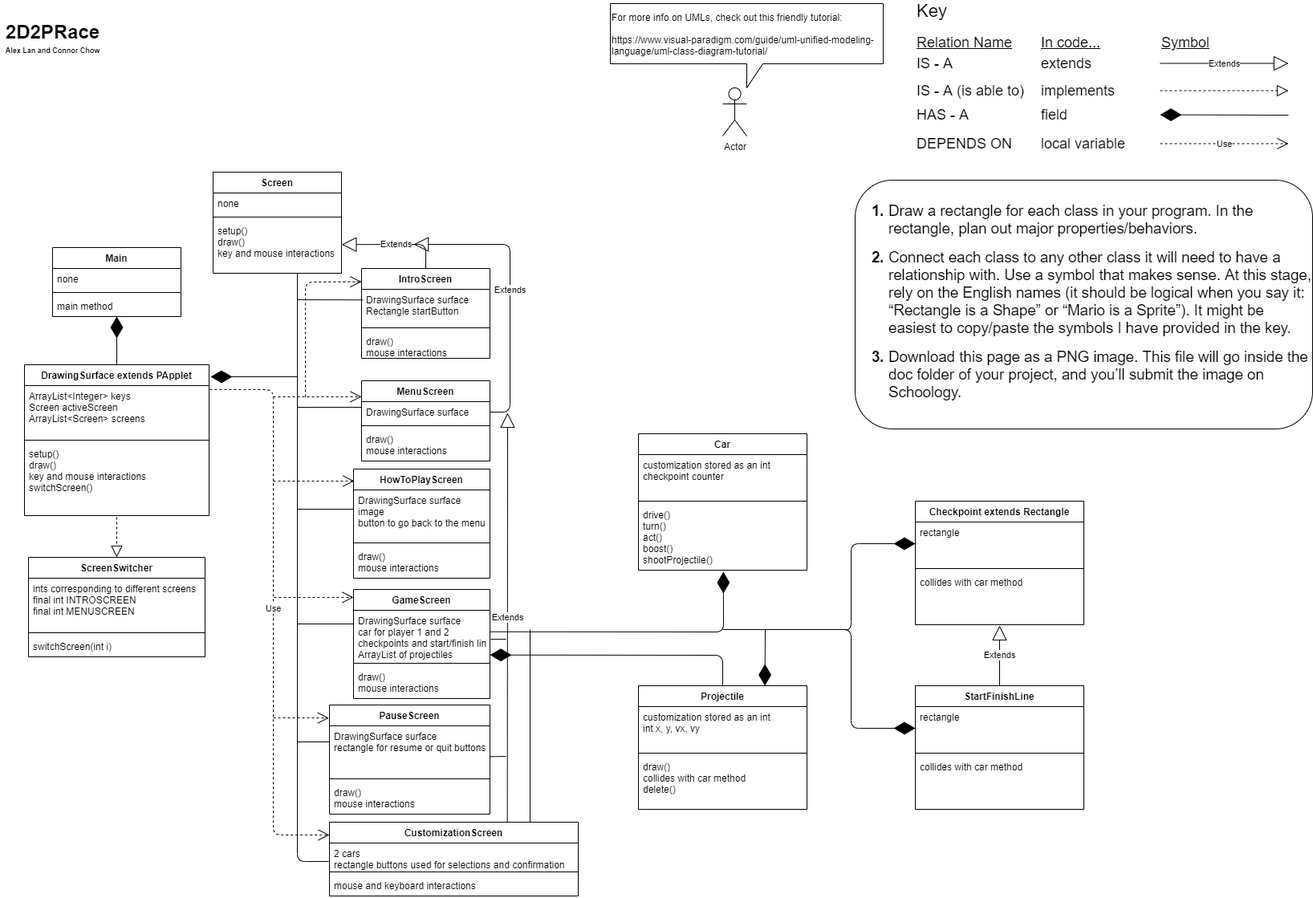
Above: 2D2PRace/doc/2D2PRace - Final Project UML.png in HHSAPCompSci2020/capstone-project-yes (draw.io), before the change. Source tidied: cells renumbered, new cells last; positions are measured from the earlier drawing's top-left corner, leaving out a move shared by most shapes.
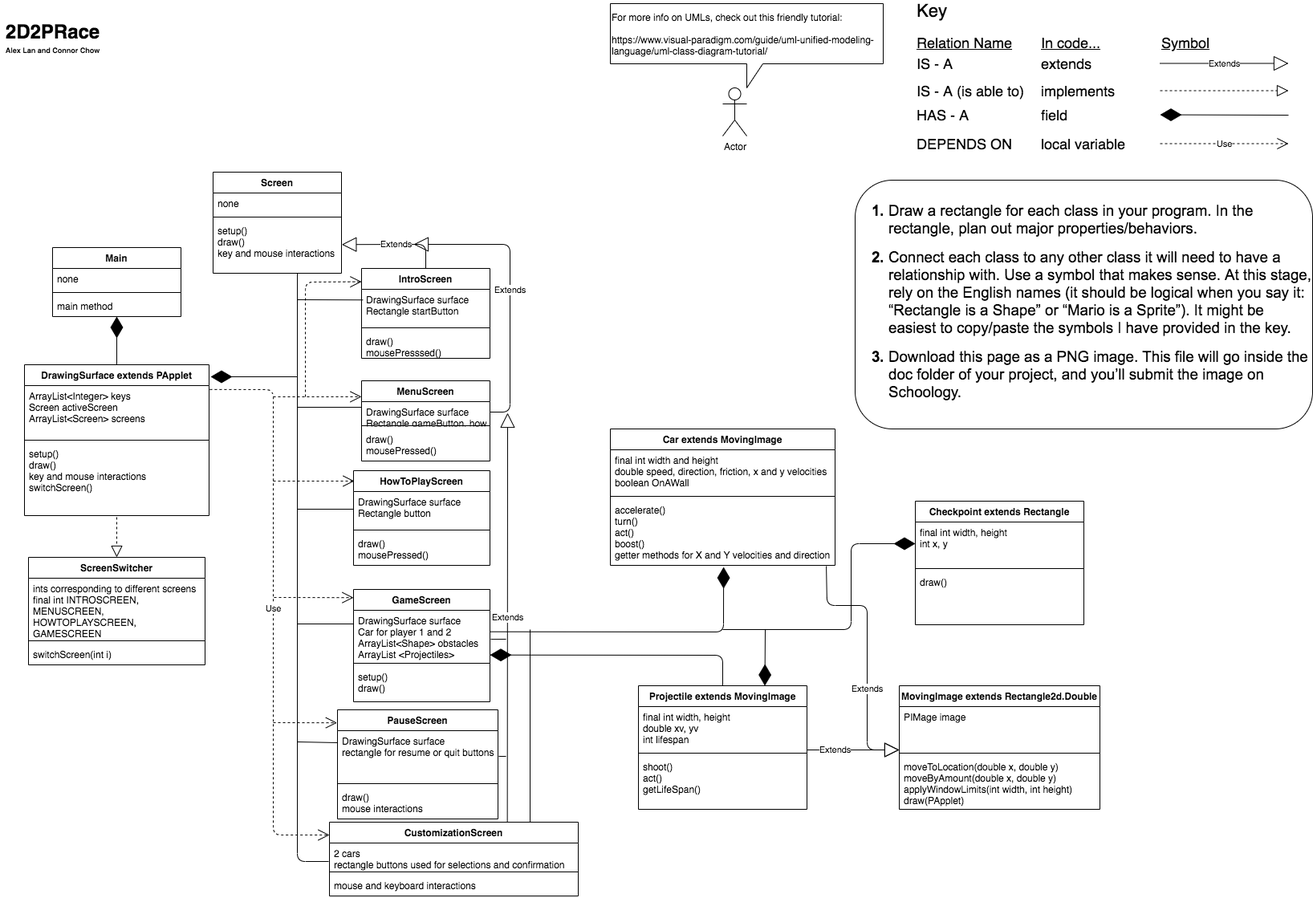
Above is the later version.

What changed in the source:
```diff
@@ -110,12 +110,12 @@
     <mxCell id="33" value="ScreenSwitcher" style="swimlane;fontStyle=1;align=center;verticalAlign=top;horizontal=1;startSize=26;" parent="1" vertex="1">
-      <mxGeometry x="35" y="691" width="220" height="124" as="geometry" />
+      <mxGeometry x="35" y="691" width="220" height="134" as="geometry" />
     </mxCell>
-    <mxCell id="34" value="ints corresponding to different screens&#10;final int INTROSCREEN&#10;final int MENUSCREEN" style="text;strokeColor=none;fillColor=none;align=left;verticalAlign=top;spacingLeft=4;spacingRight=4;overflow=hidden;" parent="33" vertex="1">
-      <mxGeometry y="26" width="220" height="64" as="geometry" />
+    <mxCell id="34" value="ints corresponding to different screens&#10;final int INTROSCREEN, &#10;MENUSCREEN, &#10;HOWTOPLAYSCREEN, &#10;GAMESCREEN" style="text;strokeColor=none;fillColor=none;align=left;verticalAlign=top;spacingLeft=4;spacingRight=4;overflow=hidden;" parent="33" vertex="1">
+      <mxGeometry y="26" width="220" height="74" as="geometry" />
     </mxCell>
     <mxCell id="35" style="line;strokeWidth=1;fillColor=none;align=left;verticalAlign=middle;spacingTop=-1;spacingLeft=3;spacingRight=3;labelPosition=right;" parent="33" vertex="1">
-      <mxGeometry y="90" width="220" height="8" as="geometry" />
+      <mxGeometry y="100" width="220" height="8" as="geometry" />
     </mxCell>
     <mxCell id="36" value="switchScreen(int i)" style="text;strokeColor=none;fillColor=none;align=left;verticalAlign=top;spacingLeft=4;spacingRight=4;overflow=hidden;" parent="33" vertex="1">
-      <mxGeometry y="98" width="220" height="26" as="geometry" />
+      <mxGeometry y="108" width="220" height="26" as="geometry" />
     </mxCell>
@@ -151,3 +151,3 @@
     </mxCell>
-    <mxCell id="45" value="draw()&#10;mouse interactions&#10;" style="text;strokeColor=none;fillColor=none;align=left;verticalAlign=top;spacingLeft=4;spacingRight=4;overflow=hidden;" parent="42" vertex="1">
+    <mxCell id="45" value="draw()&#10;mousePresssed()&#10;" style="text;strokeColor=none;fillColor=none;align=left;verticalAlign=top;spacingLeft=4;spacingRight=4;overflow=hidden;" parent="42" vertex="1">
       <mxGeometry y="78" width="160" height="34" as="geometry" />
@@ -157,3 +157,3 @@
     </mxCell>
-    <mxCell id="47" value="DrawingSurface surface" style="text;strokeColor=none;fillColor=none;align=left;verticalAlign=top;spacingLeft=4;spacingRight=4;overflow=hidden;points=[[0,0.5],[1,0.5]];portConstraint=eastwest;" parent="46" vertex="1">
+    <mxCell id="47" value="DrawingSurface surface&#10;Rectangle gameButton, howToPlaButton" style="text;strokeColor=none;fillColor=none;align=left;verticalAlign=top;spacingLeft=4;spacingRight=4;overflow=hidden;points=[[0,0.5],[1,0.5]];portConstraint=eastwest;" parent="46" vertex="1">
       <mxGeometry y="26" width="160" height="26" as="geometry" />
@@ -163,3 +163,3 @@
     </mxCell>
-    <mxCell id="49" value="draw()&#10;mouse interactions" style="text;strokeColor=none;fillColor=none;align=left;verticalAlign=top;spacingLeft=4;spacingRight=4;overflow=hidden;" parent="46" vertex="1">
+    <mxCell id="49" value="draw()&#10;mousePressed()" style="text;strokeColor=none;fillColor=none;align=left;verticalAlign=top;spacingLeft=4;spacingRight=4;overflow=hidden;" parent="46" vertex="1">
       <mxGeometry y="60" width="160" height="40" as="geometry" />
@@ -205,5 +205,5 @@
     <mxCell id="58" value="GameScreen" style="swimlane;fontStyle=1;align=center;verticalAlign=top;horizontal=1;startSize=26;" parent="1" vertex="1">
-      <mxGeometry x="440" y="731" width="170" height="136" as="geometry" />
+      <mxGeometry x="440" y="731" width="170" height="140" as="geometry" />
     </mxCell>
-    <mxCell id="59" value="DrawingSurface surface&#10;car for player 1 and 2&#10;checkpoints and start/finish line&#10;ArrayList of projectiles" style="text;strokeColor=none;fillColor=none;align=left;verticalAlign=top;spacingLeft=4;spacingRight=4;overflow=hidden;points=[[0,0.5],[1,0.5]];portConstraint=eastwest;" parent="58" vertex="1">
+    <mxCell id="59" value="DrawingSurface surface&#10;Car for player 1 and 2&#10;ArrayList&lt;Shape&gt; obstacles&#10;ArrayList &lt;Projectiles&gt;" style="text;strokeColor=none;fillColor=none;align=left;verticalAlign=top;spacingLeft=4;spacingRight=4;overflow=hidden;points=[[0,0.5],[1,0.5]];portConstraint=eastwest;" parent="58" vertex="1">
       <mxGeometry y="26" width="170" height="62" as="geometry" />
@@ -213,7 +213,7 @@
     </mxCell>
-    <mxCell id="61" value="draw()&#10;mouse interactions" style="text;strokeColor=none;fillColor=none;align=left;verticalAlign=top;spacingLeft=4;spacingRight=4;overflow=hidden;" parent="58" vertex="1">
-      <mxGeometry y="96" width="170" height="40" as="geometry" />
+    <mxCell id="61" value="setup()&#10;draw()" style="text;strokeColor=none;fillColor=none;align=left;verticalAlign=top;spacingLeft=4;spacingRight=4;overflow=hidden;" parent="58" vertex="1">
+      <mxGeometry y="96" width="170" height="44" as="geometry" />
     </mxCell>
     <mxCell id="62" value="PauseScreen" style="swimlane;fontStyle=1;align=center;verticalAlign=top;horizontal=1;startSize=26;" parent="1" vertex="1">
-      <mxGeometry x="410" y="875" width="200" height="136" as="geometry" />
+      <mxGeometry x="420" y="881" width="200" height="136" as="geometry" />
     </mxCell>
@@ -228,4 +228,5 @@
     </mxCell>
-    <mxCell id="66" style="endArrow=none;html=1;exitX=1.003;exitY=0.618;exitDx=0;exitDy=0;exitPerimeter=0;" parent="1" edge="1" source="63">
+    <mxCell id="66" style="endArrow=none;html=1;" parent="1" edge="1">
       <mxGeometry relative="1" as="geometry">
+        <mxPoint x="621" y="939" as="sourcePoint" />
         <mxPoint x="630" y="939" as="targetPoint" />
@@ -238,13 +239,13 @@
     </mxCell>
-    <mxCell id="68" value="Car" style="swimlane;fontStyle=1;align=center;verticalAlign=top;horizontal=1;startSize=26;" parent="1" vertex="1">
-      <mxGeometry x="795" y="537" width="210" height="170" as="geometry" />
+    <mxCell id="68" value="Car extends MovingImage" style="swimlane;fontStyle=1;align=center;verticalAlign=top;horizontal=1;startSize=26;" parent="1" vertex="1">
+      <mxGeometry x="760" y="531" width="280" height="170" as="geometry" />
     </mxCell>
-    <mxCell id="69" value="customization stored as an int&#10;checkpoint counter" style="text;strokeColor=none;fillColor=none;align=left;verticalAlign=top;spacingLeft=4;spacingRight=4;overflow=hidden;" parent="68" vertex="1">
-      <mxGeometry y="26" width="210" height="54" as="geometry" />
+    <mxCell id="69" value="final int width and height&#10;double speed, direction, friction, x and y velocities&#10;boolean OnAWall" style="text;strokeColor=none;fillColor=none;align=left;verticalAlign=top;spacingLeft=4;spacingRight=4;overflow=hidden;" parent="68" vertex="1">
+      <mxGeometry y="26" width="280" height="54" as="geometry" />
     </mxCell>
     <mxCell id="70" style="line;strokeWidth=1;fillColor=none;align=left;verticalAlign=middle;spacingTop=-1;spacingLeft=3;spacingRight=3;labelPosition=right;" parent="68" vertex="1">
-      <mxGeometry y="80" width="210" height="8" as="geometry" />
+      <mxGeometry y="80" width="280" height="8" as="geometry" />
     </mxCell>
-    <mxCell id="71" value="drive()&#10;turn()&#10;act()&#10;boost()&#10;shootProjectile()" style="text;strokeColor=none;fillColor=none;align=left;verticalAlign=top;spacingLeft=4;spacingRight=4;overflow=hidden;points=[[0,0.5],[1,0.5]];portConstraint=eastwest;" parent="68" vertex="1">
-      <mxGeometry y="88" width="210" height="82" as="geometry" />
+    <mxCell id="71" value="accelerate()&#10;turn()&#10;act()&#10;boost()&#10;getter methods for X and Y velocities and direction" style="text;strokeColor=none;fillColor=none;align=left;verticalAlign=top;spacingLeft=4;spacingRight=4;overflow=hidden;points=[[0,0.5],[1,0.5]];portConstraint=eastwest;" parent="68" vertex="1">
+      <mxGeometry y="88" width="280" height="82" as="geometry" />
     </mxCell>
@@ -260,3 +261,3 @@
       <mxGeometry relative="1" as="geometry">
-        <mxPoint x="340" y="891" as="sourcePoint" />
+        <mxPoint x="340" y="897" as="sourcePoint" />
       </mxGeometry>
@@ -282,12 +283,12 @@
     <mxCell id="77" value="HowToPlayScreen" style="swimlane;fontStyle=1;align=center;verticalAlign=top;horizontal=1;startSize=26;" parent="1" vertex="1">
-      <mxGeometry x="440" y="581" width="170" height="136" as="geometry" />
+      <mxGeometry x="440" y="583" width="170" height="118" as="geometry" />
     </mxCell>
-    <mxCell id="78" value="DrawingSurface surface&#10;image&#10;button to go back to the menu" style="text;strokeColor=none;fillColor=none;align=left;verticalAlign=top;spacingLeft=4;spacingRight=4;overflow=hidden;" parent="77" vertex="1">
-      <mxGeometry y="26" width="170" height="62" as="geometry" />
+    <mxCell id="78" value="DrawingSurface surface&#10;Rectangle button " style="text;strokeColor=none;fillColor=none;align=left;verticalAlign=top;spacingLeft=4;spacingRight=4;overflow=hidden;" parent="77" vertex="1">
+      <mxGeometry y="26" width="170" height="44" as="geometry" />
     </mxCell>
     <mxCell id="79" style="line;strokeWidth=1;fillColor=none;align=left;verticalAlign=middle;spacingTop=-1;spacingLeft=3;spacingRight=3;labelPosition=right;" parent="77" vertex="1">
-      <mxGeometry y="88" width="170" height="8" as="geometry" />
+      <mxGeometry y="70" width="170" height="8" as="geometry" />
     </mxCell>
-    <mxCell id="80" value="draw()&#10;mouse interactions" style="text;strokeColor=none;fillColor=none;align=left;verticalAlign=top;spacingLeft=4;spacingRight=4;overflow=hidden;" parent="77" vertex="1">
-      <mxGeometry y="96" width="170" height="40" as="geometry" />
+    <mxCell id="80" value="draw()&#10;mousePressed()" style="text;strokeColor=none;fillColor=none;align=left;verticalAlign=top;spacingLeft=4;spacingRight=4;overflow=hidden;" parent="77" vertex="1">
+      <mxGeometry y="78" width="170" height="40" as="geometry" />
     </mxCell>
@@ -306,6 +307,5 @@
     </mxCell>
-    <mxCell id="83" style="endArrow=none;html=1;endSize=12;" parent="1" edge="1">
+    <mxCell id="83" style="endArrow=none;html=1;endSize=12;entryX=0;entryY=0.242;entryDx=0;entryDy=0;entryPerimeter=0;" parent="1" edge="1" target="63">
       <mxGeometry relative="1" as="geometry">
         <mxPoint x="370" y="921" as="sourcePoint" />
-        <mxPoint x="410" y="921" as="targetPoint" />
       </mxGeometry>
@@ -343,6 +343,6 @@
     </mxCell>
-    <mxCell id="89" value="Projectile" style="swimlane;fontStyle=1;align=center;verticalAlign=top;horizontal=1;startSize=26;" parent="1" vertex="1">
+    <mxCell id="89" value="Projectile extends MovingImage" style="swimlane;fontStyle=1;align=center;verticalAlign=top;horizontal=1;startSize=26;" parent="1" vertex="1">
       <mxGeometry x="795" y="851" width="210" height="154" as="geometry" />
     </mxCell>
-    <mxCell id="90" value="customization stored as an int&#10;int x, y, vx, vy" style="text;strokeColor=none;fillColor=none;align=left;verticalAlign=top;spacingLeft=4;spacingRight=4;overflow=hidden;points=[[0,0.5],[1,0.5]];portConstraint=eastwest;" parent="89" vertex="1">
+    <mxCell id="90" value="final int width, height&#10;double xv, yv&#10;int lifespan" style="text;strokeColor=none;fillColor=none;align=left;verticalAlign=top;spacingLeft=4;spacingRight=4;overflow=hidden;points=[[0,0.5],[1,0.5]];portConstraint=eastwest;" parent="89" vertex="1">
       <mxGeometry y="26" width="210" height="54" as="geometry" />
@@ -352,3 +352,3 @@
     </mxCell>
-    <mxCell id="92" value="draw()&#10;collides with car method&#10;delete()" style="text;strokeColor=none;fillColor=none;align=left;verticalAlign=top;spacingLeft=4;spacingRight=4;overflow=hidden;" parent="89" vertex="1">
+    <mxCell id="92" value="shoot()&#10;act()&#10;getLifeSpan()" style="text;strokeColor=none;fillColor=none;align=left;verticalAlign=top;spacingLeft=4;spacingRight=4;overflow=hidden;" parent="89" vertex="1">
       <mxGeometry y="88" width="210" height="66" as="geometry" />
@@ -364,3 +364,3 @@
     </mxCell>
-    <mxCell id="95" value="rectangle" style="text;strokeColor=none;fillColor=none;align=left;verticalAlign=top;spacingLeft=4;spacingRight=4;overflow=hidden;points=[[0,0.5],[1,0.5]];portConstraint=eastwest;" parent="94" vertex="1">
+    <mxCell id="95" value="final int width, height&#10;int x, y" style="text;strokeColor=none;fillColor=none;align=left;verticalAlign=top;spacingLeft=4;spacingRight=4;overflow=hidden;points=[[0,0.5],[1,0.5]];portConstraint=eastwest;" parent="94" vertex="1">
       <mxGeometry y="26" width="210" height="54" as="geometry" />
@@ -370,29 +370,20 @@
     </mxCell>
-    <mxCell id="97" value="collides with car method" style="text;strokeColor=none;fillColor=none;align=left;verticalAlign=top;spacingLeft=4;spacingRight=4;overflow=hidden;points=[[0,0.5],[1,0.5]];portConstraint=eastwest;" parent="94" vertex="1">
+    <mxCell id="97" value="draw()" style="text;strokeColor=none;fillColor=none;align=left;verticalAlign=top;spacingLeft=4;spacingRight=4;overflow=hidden;points=[[0,0.5],[1,0.5]];portConstraint=eastwest;" parent="94" vertex="1">
       <mxGeometry y="88" width="210" height="66" as="geometry" />
     </mxCell>
-    <mxCell id="98" value="StartFinishLine" style="swimlane;fontStyle=1;align=center;verticalAlign=top;horizontal=1;startSize=26;" parent="1" vertex="1">
-      <mxGeometry x="1140" y="851" width="210" height="154" as="geometry" />
+    <mxCell id="98" value="MovingImage extends Rectangle2d.Double" style="swimlane;fontStyle=1;align=center;verticalAlign=top;horizontal=1;startSize=26;" parent="1" vertex="1">
+      <mxGeometry x="1120" y="851" width="250" height="154" as="geometry" />
     </mxCell>
-    <mxCell id="99" value="rectangle" style="text;strokeColor=none;fillColor=none;align=left;verticalAlign=top;spacingLeft=4;spacingRight=4;overflow=hidden;points=[[0,0.5],[1,0.5]];portConstraint=eastwest;" parent="98" vertex="1">
-      <mxGeometry y="26" width="210" height="54" as="geometry" />
+    <mxCell id="99" value="PIMage image" style="text;strokeColor=none;fillColor=none;align=left;verticalAlign=top;spacingLeft=4;spacingRight=4;overflow=hidden;points=[[0,0.5],[1,0.5]];portConstraint=eastwest;" parent="98" vertex="1">
+      <mxGeometry y="26" width="250" height="54" as="geometry" />
     </mxCell>
     <mxCell id="100" style="line;strokeWidth=1;fillColor=none;align=left;verticalAlign=middle;spacingTop=-1;spacingLeft=3;spacingRight=3;labelPosition=right;" parent="98" vertex="1">
-      <mxGeometry y="80" width="210" height="8" as="geometry" />
+      <mxGeometry y="80" width="250" height="8" as="geometry" />
     </mxCell>
-    <mxCell id="101" value="collides with car method" style="text;strokeColor=none;fillColor=none;align=left;verticalAlign=top;spacingLeft=4;spacingRight=4;overflow=hidden;" parent="98" vertex="1">
-      <mxGeometry y="88" width="210" height="66" as="geometry" />
+    <mxCell id="101" value="moveToLocation(double x, double y)&#10;moveByAmount(double x, double y)&#10;applyWindowLimits(int width, int height)&#10;draw(PApplet)" style="text;strokeColor=none;fillColor=none;align=left;verticalAlign=top;spacingLeft=4;spacingRight=4;overflow=hidden;" parent="98" vertex="1">
+      <mxGeometry y="88" width="250" height="66" as="geometry" />
     </mxCell>
-    <mxCell id="102" style="endArrow=diamondThin;endFill=1;endSize=24;html=1;entryX=0;entryY=0.5;entryDx=0;entryDy=0;" parent="1" edge="1" target="99">
-      <mxGeometry relative="1" as="geometry">
-        <mxPoint x="900" y="781" as="sourcePoint" />
-        <Array as="points">
-          <mxPoint x="1060" y="781" />
-          <mxPoint x="1060" y="904" />
-        </Array>
-      </mxGeometry>
-    </mxCell>
     <mxCell id="103" style="endArrow=diamondThin;endFill=1;endSize=24;html=1;entryX=0;entryY=0.5;entryDx=0;entryDy=0;" parent="1" edge="1" target="95">
       <mxGeometry relative="1" as="geometry">
-        <mxPoint x="1050" y="781" as="sourcePoint" />
+        <mxPoint x="900" y="781" as="sourcePoint" />
         <Array as="points">
@@ -403,5 +394,2 @@
     </mxCell>
-    <mxCell id="104" value="Extends" style="endArrow=block;endSize=16;endFill=0;html=1;exitX=0.5;exitY=0;exitDx=0;exitDy=0;entryX=0.5;entryY=1.015;entryDx=0;entryDy=0;entryPerimeter=0;" parent="1" edge="1" source="98" target="97">
-      <mxGeometry relative="1" as="geometry" />
-    </mxCell>
     <mxCell id="105" style="endArrow=diamondThin;endFill=1;endSize=24;html=1;entryX=0.75;entryY=0;entryDx=0;entryDy=0;" parent="1" edge="1" target="89">
@@ -411,2 +399,17 @@
     </mxCell>
+    <mxCell id="106" value="Extends" style="endArrow=block;endSize=16;endFill=0;html=1;exitX=0.961;exitY=1.012;exitDx=0;exitDy=0;exitPerimeter=0;" parent="1" edge="1" source="71">
+      <mxGeometry x="0.27" relative="1" as="geometry">
+        <mxPoint x="1120" y="931" as="targetPoint" />
+        <Array as="points">
+          <mxPoint x="1030" y="751" />
+          <mxPoint x="1080" y="751" />
+          <mxPoint x="1080" y="931" />
+        </Array>
+      </mxGeometry>
+    </mxCell>
+    <mxCell id="107" value="Extends" style="endArrow=block;endSize=16;endFill=0;html=1;exitX=1;exitY=1;exitDx=0;exitDy=0;exitPerimeter=0;" parent="1" edge="1" source="90">
+      <mxGeometry x="-0.39" relative="1" as="geometry">
+        <mxPoint x="1120" y="931" as="targetPoint" />
+      </mxGeometry>
+    </mxCell>
   </root>
```
